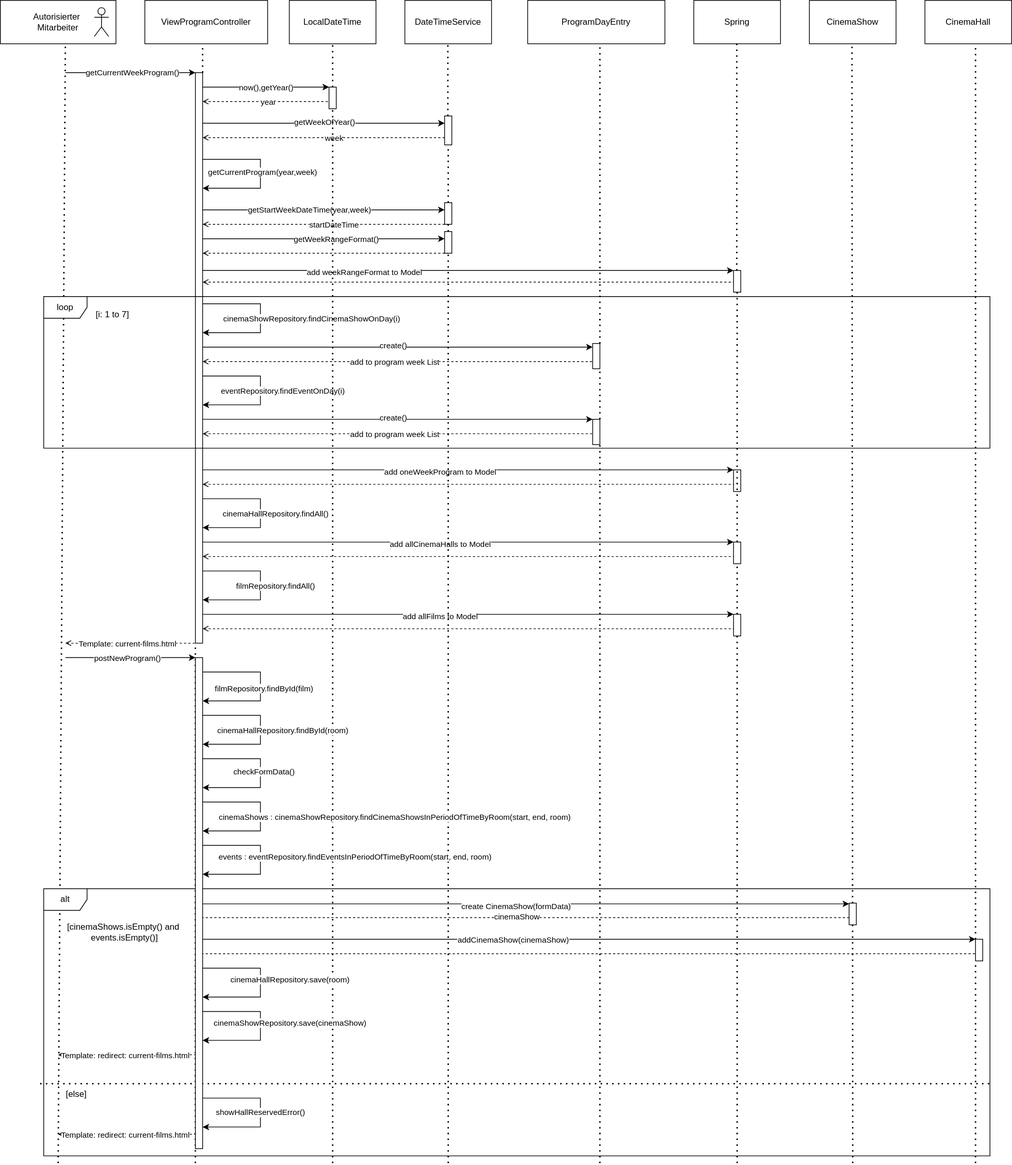
This is src/main/asciidoc/models/design/Verwaltungssystem/verwaltung_sequenz_program.drawio.svg from Leonard0108/Anwendungsprogrammierung, a draw.io export, as it was before one commit. Source tidied: cells renumbered, new cells last; positions are measured from the earlier drawing's top-left corner, leaving out a move shared by most shapes.
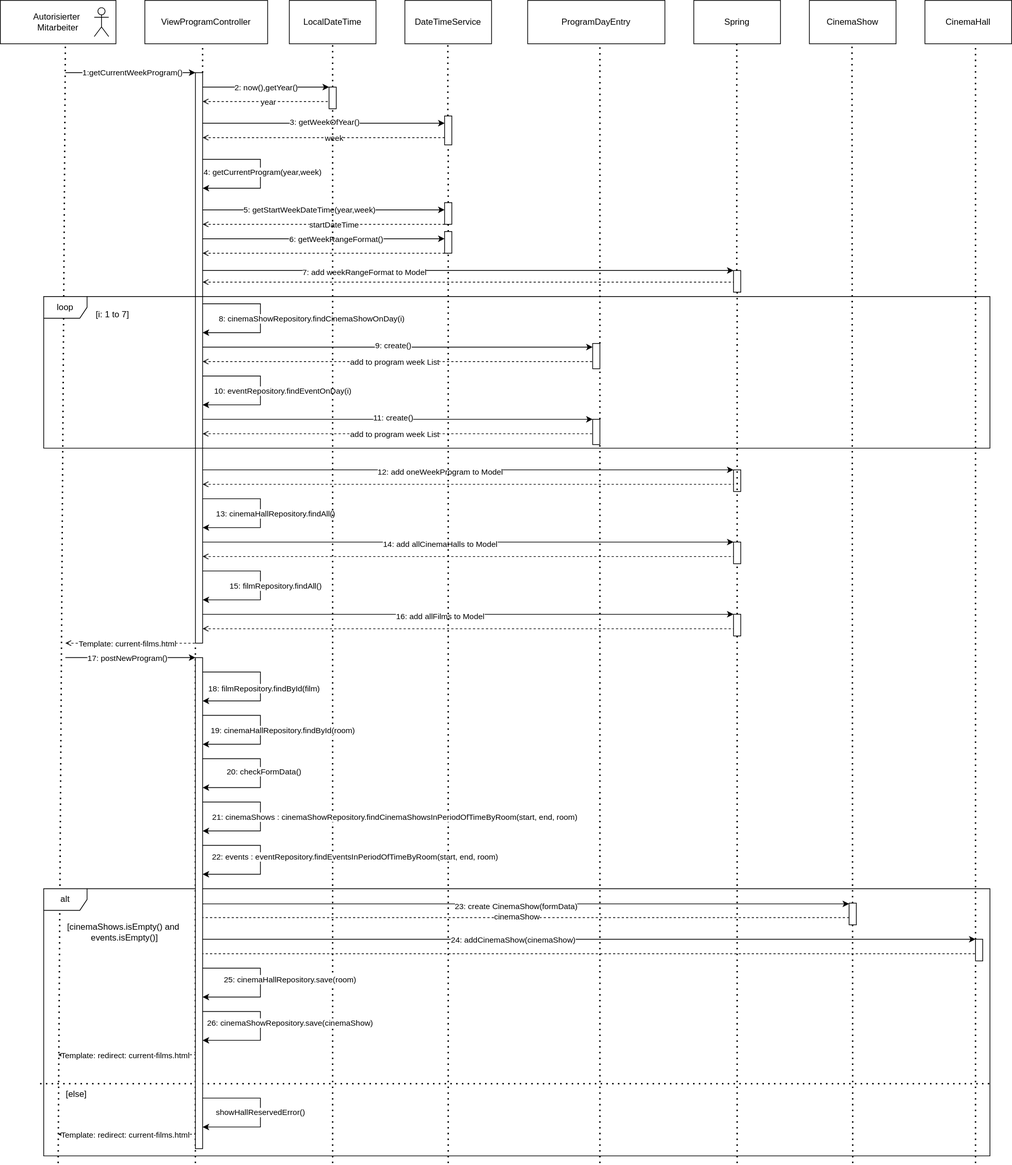
Later version of the same file.

Commit message:
verwaltungssystem sequenzdiagramme angepasst

Change to the diagram source:
```diff
@@ -51,7 +51,7 @@
         <mxPoint x="90" y="100" as="sourcePoint" />
       </mxGeometry>
     </mxCell>
-    <mxCell id="14" value="getCurrentWeekProgram()" style="edgeLabel;html=1;align=center;verticalAlign=middle;" parent="13" vertex="1">
+    <mxCell id="14" value="1:getCurrentWeekProgram()" style="edgeLabel;html=1;align=center;verticalAlign=middle;" parent="13" vertex="1">
       <mxGeometry x="0.02" y="1" relative="1" as="geometry" />
     </mxCell>
     <mxCell id="15" style="endArrow=none;dashed=1;html=1;dashPattern=1 3;strokeWidth=2;rounded=0;" parent="1" edge="1" target="16">
@@ -75,7 +75,7 @@
         <mxPoint x="280" y="120" as="sourcePoint" />
       </mxGeometry>
     </mxCell>
-    <mxCell id="20" value="now(),getYear()" style="edgeLabel;html=1;align=center;verticalAlign=middle;" parent="19" vertex="1">
+    <mxCell id="20" value="2: now(),getYear()" style="edgeLabel;html=1;align=center;verticalAlign=middle;" parent="19" vertex="1">
       <mxGeometry x="0.22" y="-3" relative="1" as="geometry">
         <mxPoint x="-20" y="-3" as="offset" />
       </mxGeometry>
@@ -96,7 +96,7 @@
         <mxPoint x="280" y="170" as="sourcePoint" />
       </mxGeometry>
     </mxCell>
-    <mxCell id="24" value="getWeekOfYear()" style="edgeLabel;html=1;align=center;verticalAlign=middle;" parent="23" vertex="1">
+    <mxCell id="24" value="3: getWeekOfYear()" style="edgeLabel;html=1;align=center;verticalAlign=middle;" parent="23" vertex="1">
       <mxGeometry x="-0.29" y="2" relative="1" as="geometry">
         <mxPoint x="49" as="offset" />
       </mxGeometry>
@@ -120,7 +120,7 @@
         </Array>
       </mxGeometry>
     </mxCell>
-    <mxCell id="28" value="getCurrentProgram(year,week)" style="edgeLabel;html=1;align=center;verticalAlign=middle;" parent="27" vertex="1">
+    <mxCell id="28" value="4: getCurrentProgram(year,week)" style="edgeLabel;html=1;align=center;verticalAlign=middle;" parent="27" vertex="1">
       <mxGeometry x="-0.03" y="2" relative="1" as="geometry" />
     </mxCell>
     <mxCell id="29" style="endArrow=classic;html=1;rounded=0;" parent="1" edge="1" target="67">
@@ -128,7 +128,7 @@
         <mxPoint x="280" y="290" as="sourcePoint" />
       </mxGeometry>
     </mxCell>
-    <mxCell id="30" value="getStartWeekDateTime(year,week)" style="edgeLabel;html=1;align=center;verticalAlign=middle;" parent="29" vertex="1">
+    <mxCell id="30" value="5: getStartWeekDateTime(year,week)" style="edgeLabel;html=1;align=center;verticalAlign=middle;" parent="29" vertex="1">
       <mxGeometry x="-0.12" y="1" relative="1" as="geometry" />
     </mxCell>
     <mxCell id="31" style="endArrow=none;dashed=1;html=1;rounded=0;startArrow=open;startFill=0;" parent="1" edge="1">
@@ -147,7 +147,7 @@
         <mxPoint x="280" y="330" as="sourcePoint" />
       </mxGeometry>
     </mxCell>
-    <mxCell id="34" value="getWeekRangeFormat()" style="edgeLabel;html=1;align=center;verticalAlign=middle;" parent="33" vertex="1">
+    <mxCell id="34" value="6: getWeekRangeFormat()" style="edgeLabel;html=1;align=center;verticalAlign=middle;" parent="33" vertex="1">
       <mxGeometry x="0.1" relative="1" as="geometry" />
     </mxCell>
     <mxCell id="35" style="endArrow=none;dashed=1;html=1;rounded=0;startArrow=open;startFill=0;" parent="1" edge="1">
@@ -161,7 +161,7 @@
         <mxPoint x="280" y="374" as="sourcePoint" />
       </mxGeometry>
     </mxCell>
-    <mxCell id="37" value="add weekRangeFormat to Model" style="edgeLabel;html=1;align=center;verticalAlign=middle;" parent="36" vertex="1">
+    <mxCell id="37" value="7: add weekRangeFormat to Model" style="edgeLabel;html=1;align=center;verticalAlign=middle;" parent="36" vertex="1">
       <mxGeometry x="-0.39" y="-2" relative="1" as="geometry" />
     </mxCell>
     <mxCell id="38" style="endArrow=none;dashed=1;html=1;rounded=0;startArrow=open;startFill=0;" parent="1" edge="1" source="16">
@@ -184,7 +184,7 @@
         </Array>
       </mxGeometry>
     </mxCell>
-    <mxCell id="42" value="cinemaShowRepository.findCinemaShowOnDay(i)" style="edgeLabel;html=1;align=center;verticalAlign=middle;" parent="41" vertex="1">
+    <mxCell id="42" value="8: cinemaShowRepository.findCinemaShowOnDay(i)" style="edgeLabel;html=1;align=center;verticalAlign=middle;" parent="41" vertex="1">
       <mxGeometry x="0.05" y="-3" relative="1" as="geometry">
         <mxPoint x="73" y="-5" as="offset" />
       </mxGeometry>
@@ -194,7 +194,7 @@
         <mxPoint x="280" y="650" as="sourcePoint" />
       </mxGeometry>
     </mxCell>
-    <mxCell id="44" value="add oneWeekProgram to Model" style="edgeLabel;html=1;align=center;verticalAlign=middle;" parent="43" vertex="1">
+    <mxCell id="44" value="12: add oneWeekProgram to Model" style="edgeLabel;html=1;align=center;verticalAlign=middle;" parent="43" vertex="1">
       <mxGeometry x="-0.39" y="-2" relative="1" as="geometry">
         <mxPoint x="105" as="offset" />
       </mxGeometry>
@@ -209,7 +209,7 @@
         </Array>
       </mxGeometry>
     </mxCell>
-    <mxCell id="46" value="eventRepository.findEventOnDay(i)" style="edgeLabel;html=1;align=center;verticalAlign=middle;" parent="45" vertex="1">
+    <mxCell id="46" value="10: eventRepository.findEventOnDay(i)" style="edgeLabel;html=1;align=center;verticalAlign=middle;" parent="45" vertex="1">
       <mxGeometry x="0.05" y="-3" relative="1" as="geometry">
         <mxPoint x="33" y="-5" as="offset" />
       </mxGeometry>
@@ -230,7 +230,7 @@
         </Array>
       </mxGeometry>
     </mxCell>
-    <mxCell id="49" value="cinemaHallRepository.findAll()" style="edgeLabel;html=1;align=center;verticalAlign=middle;" parent="48" vertex="1">
+    <mxCell id="49" value="13: cinemaHallRepository.findAll()" style="edgeLabel;html=1;align=center;verticalAlign=middle;" parent="48" vertex="1">
       <mxGeometry x="0.05" y="-3" relative="1" as="geometry">
         <mxPoint x="23" y="-5" as="offset" />
       </mxGeometry>
@@ -240,7 +240,7 @@
         <mxPoint x="280" y="750" as="sourcePoint" />
       </mxGeometry>
     </mxCell>
-    <mxCell id="51" value="add allCinemaHalls to Model" style="edgeLabel;html=1;align=center;verticalAlign=middle;" parent="50" vertex="1">
+    <mxCell id="51" value="14: add allCinemaHalls to Model" style="edgeLabel;html=1;align=center;verticalAlign=middle;" parent="50" vertex="1">
       <mxGeometry x="-0.39" y="-2" relative="1" as="geometry">
         <mxPoint x="105" as="offset" />
       </mxGeometry>
@@ -261,7 +261,7 @@
         </Array>
       </mxGeometry>
     </mxCell>
-    <mxCell id="54" value="filmRepository.findAll()" style="edgeLabel;html=1;align=center;verticalAlign=middle;" parent="53" vertex="1">
+    <mxCell id="54" value="15: filmRepository.findAll()" style="edgeLabel;html=1;align=center;verticalAlign=middle;" parent="53" vertex="1">
       <mxGeometry x="0.05" y="-3" relative="1" as="geometry">
         <mxPoint x="23" y="-5" as="offset" />
       </mxGeometry>
@@ -271,7 +271,7 @@
         <mxPoint x="280" y="850" as="sourcePoint" />
       </mxGeometry>
     </mxCell>
-    <mxCell id="56" value="add allFilms to Model" style="edgeLabel;html=1;align=center;verticalAlign=middle;" parent="55" vertex="1">
+    <mxCell id="56" value="16: add allFilms to Model" style="edgeLabel;html=1;align=center;verticalAlign=middle;" parent="55" vertex="1">
       <mxGeometry x="-0.39" y="-2" relative="1" as="geometry">
         <mxPoint x="105" as="offset" />
       </mxGeometry>
@@ -299,7 +299,7 @@
         <mxPoint x="270" y="910" as="targetPoint" />
       </mxGeometry>
     </mxCell>
-    <mxCell id="61" value="postNewProgram()" style="edgeLabel;html=1;align=center;verticalAlign=middle;" parent="60" vertex="1">
+    <mxCell id="61" value="17: postNewProgram()" style="edgeLabel;html=1;align=center;verticalAlign=middle;" parent="60" vertex="1">
       <mxGeometry x="-0.48" relative="1" as="geometry">
         <mxPoint x="38" as="offset" />
       </mxGeometry>
@@ -337,7 +337,7 @@
         <mxPoint x="280" y="480" as="sourcePoint" />
       </mxGeometry>
     </mxCell>
-    <mxCell id="71" value="create()" style="edgeLabel;html=1;align=center;verticalAlign=middle;" parent="70" vertex="1">
+    <mxCell id="71" value="9: create()" style="edgeLabel;html=1;align=center;verticalAlign=middle;" parent="70" vertex="1">
       <mxGeometry x="0.31" y="3" relative="1" as="geometry">
         <mxPoint x="-91" as="offset" />
       </mxGeometry>
@@ -358,7 +358,7 @@
         <mxPoint x="280" y="580" as="sourcePoint" />
       </mxGeometry>
     </mxCell>
-    <mxCell id="75" value="create()" style="edgeLabel;html=1;align=center;verticalAlign=middle;" parent="74" vertex="1">
+    <mxCell id="75" value="11: create()" style="edgeLabel;html=1;align=center;verticalAlign=middle;" parent="74" vertex="1">
       <mxGeometry x="0.31" y="3" relative="1" as="geometry">
         <mxPoint x="-91" as="offset" />
       </mxGeometry>
@@ -383,7 +383,7 @@
         </Array>
       </mxGeometry>
     </mxCell>
-    <mxCell id="79" value="checkFormData()" style="edgeLabel;html=1;align=center;verticalAlign=middle;" parent="78" vertex="1">
+    <mxCell id="79" value="20: checkFormData()" style="edgeLabel;html=1;align=center;verticalAlign=middle;" parent="78" vertex="1">
       <mxGeometry x="0.02" y="4" relative="1" as="geometry" />
     </mxCell>
     <mxCell id="80" style="endArrow=classic;html=1;rounded=0;" parent="1" edge="1" source="114" target="114">
@@ -394,7 +394,7 @@
         </Array>
       </mxGeometry>
     </mxCell>
-    <mxCell id="81" value="filmRepository.findById(film)" style="edgeLabel;html=1;align=center;verticalAlign=middle;" parent="80" vertex="1">
+    <mxCell id="81" value="18: filmRepository.findById(film)" style="edgeLabel;html=1;align=center;verticalAlign=middle;" parent="80" vertex="1">
       <mxGeometry x="0.02" y="4" relative="1" as="geometry" />
     </mxCell>
     <mxCell id="82" style="endArrow=classic;html=1;rounded=0;" parent="1" edge="1" target="114">
@@ -406,7 +406,7 @@
         </Array>
       </mxGeometry>
     </mxCell>
-    <mxCell id="83" value="cinemaHallRepository.findById(room)" style="edgeLabel;html=1;align=center;verticalAlign=middle;" parent="82" vertex="1">
+    <mxCell id="83" value="19: cinemaHallRepository.findById(room)" style="edgeLabel;html=1;align=center;verticalAlign=middle;" parent="82" vertex="1">
       <mxGeometry x="0.02" y="4" relative="1" as="geometry">
         <mxPoint x="26" y="3" as="offset" />
       </mxGeometry>
@@ -420,7 +420,7 @@
         </Array>
       </mxGeometry>
     </mxCell>
-    <mxCell id="85" value="cinemaShows : cinemaShowRepository.findCinemaShowsInPeriodOfTimeByRoom(start, end, room)" style="edgeLabel;html=1;align=center;verticalAlign=middle;" parent="84" vertex="1">
+    <mxCell id="85" value="21: cinemaShows : cinemaShowRepository.findCinemaShowsInPeriodOfTimeByRoom(start, end, room)" style="edgeLabel;html=1;align=center;verticalAlign=middle;" parent="84" vertex="1">
       <mxGeometry x="0.02" y="4" relative="1" as="geometry">
         <mxPoint x="181" y="3" as="offset" />
       </mxGeometry>
@@ -434,7 +434,7 @@
         </Array>
       </mxGeometry>
     </mxCell>
-    <mxCell id="87" value="events : eventRepository.findEventsInPeriodOfTimeByRoom(start, end, room)" style="edgeLabel;html=1;align=center;verticalAlign=middle;" parent="86" vertex="1">
+    <mxCell id="87" value="22: events : eventRepository.findEventsInPeriodOfTimeByRoom(start, end, room)" style="edgeLabel;html=1;align=center;verticalAlign=middle;" parent="86" vertex="1">
       <mxGeometry x="0.02" y="4" relative="1" as="geometry">
         <mxPoint x="126" y="-2" as="offset" />
       </mxGeometry>
@@ -453,7 +453,7 @@
         <mxPoint x="270" y="1251" as="sourcePoint" />
       </mxGeometry>
     </mxCell>
-    <mxCell id="91" value="create CinemaShow(formData)" style="edgeLabel;html=1;align=center;verticalAlign=middle;" parent="90" vertex="1">
+    <mxCell id="91" value="23: create CinemaShow(formData)" style="edgeLabel;html=1;align=center;verticalAlign=middle;" parent="90" vertex="1">
       <mxGeometry x="-0.02" y="-3" relative="1" as="geometry" />
     </mxCell>
     <mxCell id="92" style="endArrow=none;dashed=1;html=1;rounded=0;startArrow=open;startFill=0;" parent="1" edge="1">
@@ -478,7 +478,7 @@
         <mxPoint x="270" y="1300" as="sourcePoint" />
       </mxGeometry>
     </mxCell>
-    <mxCell id="97" value="addCinemaShow(cinemaShow)" style="edgeLabel;html=1;align=center;verticalAlign=middle;" parent="96" vertex="1">
+    <mxCell id="97" value="24: addCinemaShow(cinemaShow)" style="edgeLabel;html=1;align=center;verticalAlign=middle;" parent="96" vertex="1">
       <mxGeometry x="-0.19" y="-4" relative="1" as="geometry">
         <mxPoint y="-4" as="offset" />
       </mxGeometry>
@@ -498,7 +498,7 @@
         </Array>
       </mxGeometry>
     </mxCell>
-    <mxCell id="100" value="cinemaHallRepository.save(room)" style="edgeLabel;html=1;align=center;verticalAlign=middle;" parent="99" vertex="1">
+    <mxCell id="100" value="25: cinemaHallRepository.save(room)" style="edgeLabel;html=1;align=center;verticalAlign=middle;" parent="99" vertex="1">
       <mxGeometry x="0.02" y="4" relative="1" as="geometry">
         <mxPoint x="36" y="-2" as="offset" />
       </mxGeometry>
@@ -512,7 +512,7 @@
         </Array>
       </mxGeometry>
     </mxCell>
-    <mxCell id="102" value="cinemaShowRepository.save(cinemaShow)" style="edgeLabel;html=1;align=center;verticalAlign=middle;" parent="101" vertex="1">
+    <mxCell id="102" value="26: cinemaShowRepository.save(cinemaShow)" style="edgeLabel;html=1;align=center;verticalAlign=middle;" parent="101" vertex="1">
       <mxGeometry x="0.02" y="4" relative="1" as="geometry">
         <mxPoint x="36" y="-2" as="offset" />
       </mxGeometry>
```
